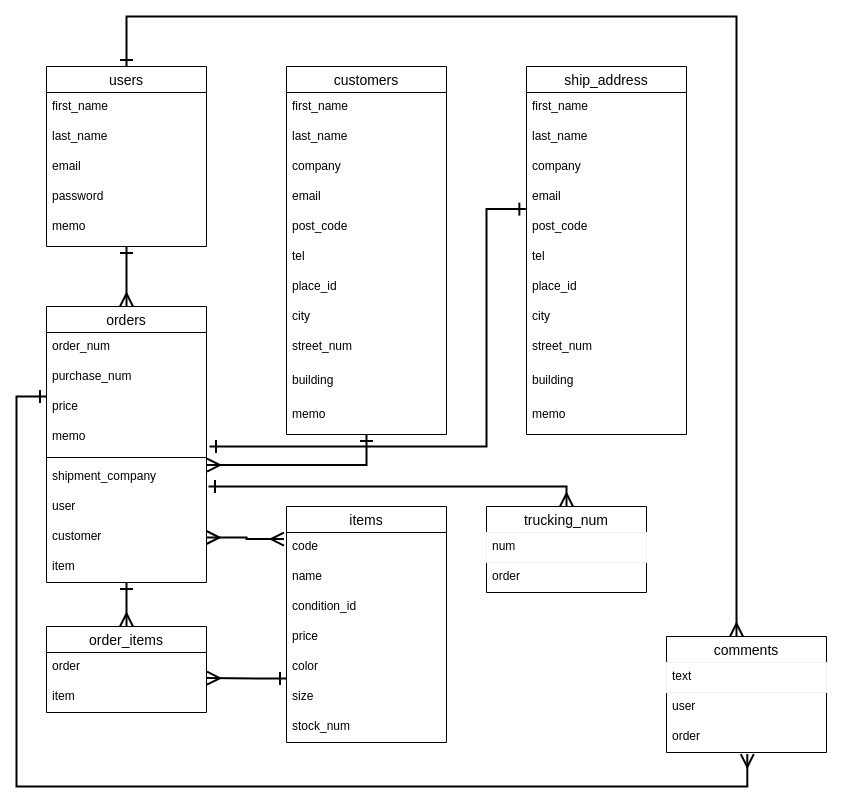
This is ER.dio from yamamo1984/ds_order_management_ver1, a draw.io file, before an edit. Source tidied: cells renumbered, new cells numbered last; positions are measured from the earlier drawing's top-left corner, leaving out a move shared by most shapes. Both pictures are drawn from the tidied source at 100%, with x=0, y=0 at pixel (16, 16).
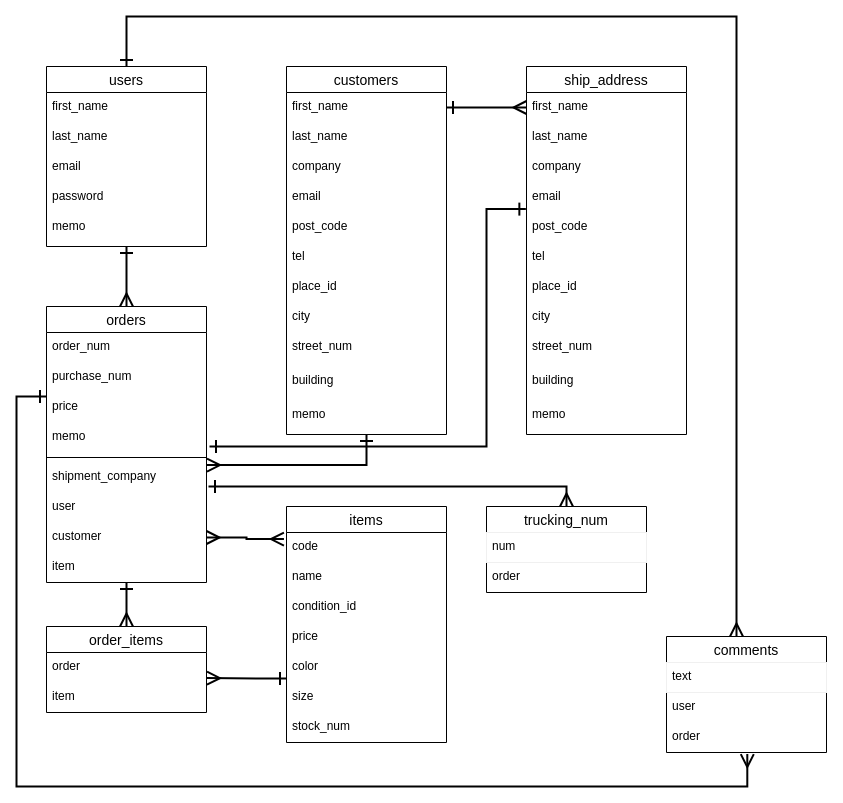
The same page after the edit.

The change refers to these unchanged cells:
```xml
<mxCell id="24" value="first_name" style="text;strokeColor=none;fillColor=none;spacingLeft=4;spacingRight=4;overflow=hidden;points=[[0,0.5],[1,0.5]];portConstraint=eastwest;fontSize=12;" parent="23" vertex="1">
  <mxGeometry y="26" width="160" height="30" as="geometry" />
</mxCell>
<mxCell id="36" value="first_name" style="text;strokeColor=none;fillColor=none;spacingLeft=4;spacingRight=4;overflow=hidden;points=[[0,0.5],[1,0.5]];portConstraint=eastwest;fontSize=12;" parent="35" vertex="1">
  <mxGeometry y="26" width="160" height="30" as="geometry" />
</mxCell>
```

Change to the diagram source:
```diff
@@
+    <mxCell id="69" style="edgeStyle=orthogonalEdgeStyle;rounded=0;jettySize=auto;html=1;entryX=0;entryY=0.5;entryDx=0;entryDy=0;strokeWidth=2;endArrow=ERmany;endFill=0;startArrow=ERone;startFill=0;endSize=10;startSize=10;" parent="1" edge="1" source="24" target="36">
+      <mxGeometry relative="1" as="geometry" />
+    </mxCell>
```
